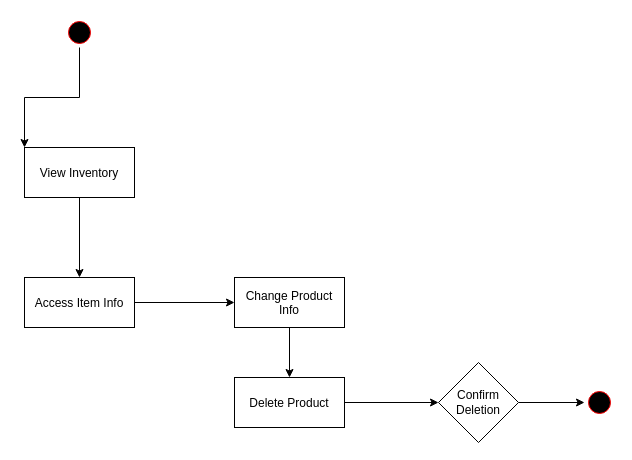
adl409/SE-project-Group-5 keeps this draw.io diagram as activityDiagramXMLS/Activitydiegram_seller4.drawio. Above is the earlier version. Source tidied: cells renumbered, new cells numbered last; positions are measured from the earlier drawing's top-left corner, leaving out a move shared by most shapes. Both pictures are drawn from the tidied source at 100%, with x=0, y=0 at pixel (24, 17).
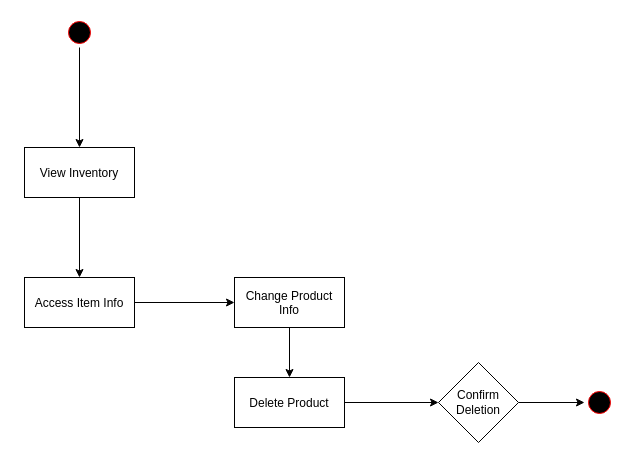
The same page after the edit.

Diff of the diagram source:
```diff
@@
 <mxGraphModel>
   <root>
     <mxCell id="0" />
     <mxCell id="1" parent="0" />
     <mxCell id="2" style="edgeStyle=orthogonalEdgeStyle;rounded=0;jettySize=auto;html=1;" parent="1" edge="1" source="14" target="6">
       <mxGeometry relative="1" as="geometry" />
     </mxCell>
-    <mxCell id="3" style="edgeStyle=orthogonalEdgeStyle;rounded=0;jettySize=auto;html=1;entryX=0;entryY=0;entryDx=0;entryDy=0;" parent="1" edge="1" source="4" target="13">
+    <mxCell id="3" style="edgeStyle=orthogonalEdgeStyle;rounded=0;jettySize=auto;html=1;entryX=0.5;entryY=0;entryDx=0;entryDy=0;" parent="1" edge="1" source="4" target="13">
       <mxGeometry relative="1" as="geometry" />
     </mxCell>
     <mxCell id="4" style="ellipse;shape=startState;fillColor=#000000;strokeColor=#ff0000;" parent="1" vertex="1">
       <mxGeometry x="40" width="30" height="30" as="geometry" />
     </mxCell>
     <mxCell id="5" style="edgeStyle=orthogonalEdgeStyle;rounded=0;jettySize=auto;html=1;" parent="1" edge="1" source="6" target="9">
       <mxGeometry relative="1" as="geometry" />
     </mxCell>
     <mxCell id="6" value="Change Product&#10;Info" parent="1" vertex="1">
       <mxGeometry x="210" y="260" width="110" height="50" as="geometry" />
     </mxCell>
     <mxCell id="7" style="ellipse;shape=startState;fillColor=#000000;strokeColor=#ff0000;" parent="1" vertex="1">
       <mxGeometry x="560" y="370" width="30" height="30" as="geometry" />
     </mxCell>
     <mxCell id="8" style="edgeStyle=orthogonalEdgeStyle;rounded=0;jettySize=auto;html=1;" parent="1" edge="1" source="9" target="11">
       <mxGeometry relative="1" as="geometry" />
     </mxCell>
     <mxCell id="9" value="Delete Product" style="fillColor=rgb(255, 255, 255);strokeColor=rgb(0, 0, 0);fontColor=rgb(0, 0, 0);" parent="1" vertex="1">
       <mxGeometry x="210" y="360" width="110" height="50" as="geometry" />
     </mxCell>
     <mxCell id="10" style="edgeStyle=orthogonalEdgeStyle;rounded=0;jettySize=auto;html=1;exitX=1;exitY=0.5;exitDx=0;exitDy=0;" parent="1" edge="1" source="11" target="7">
       <mxGeometry relative="1" as="geometry" />
     </mxCell>
     <mxCell id="11" value="&lt;div&gt;Confirm&lt;/div&gt;&lt;div&gt;Deletion&lt;br&gt;&lt;/div&gt;" style="rhombus;whiteSpace=wrap;html=1;fillColor=rgb(255, 255, 255);strokeColor=rgb(0, 0, 0);fontColor=rgb(0, 0, 0);" parent="1" vertex="1">
       <mxGeometry x="414" y="345" width="80" height="80" as="geometry" />
     </mxCell>
     <mxCell id="12" style="edgeStyle=orthogonalEdgeStyle;rounded=0;jettySize=auto;html=1;" parent="1" edge="1" source="13" target="14">
       <mxGeometry relative="1" as="geometry" />
     </mxCell>
     <mxCell id="13" value="View Inventory" parent="1" vertex="1">
       <mxGeometry y="130" width="110" height="50" as="geometry" />
     </mxCell>
     <mxCell id="14" value="Access Item Info" style="fillColor=rgb(255, 255, 255);strokeColor=rgb(0, 0, 0);fontColor=rgb(0, 0, 0);" parent="1" vertex="1">
       <mxGeometry y="260" width="110" height="50" as="geometry" />
     </mxCell>
   </root>
 </mxGraphModel>
```
